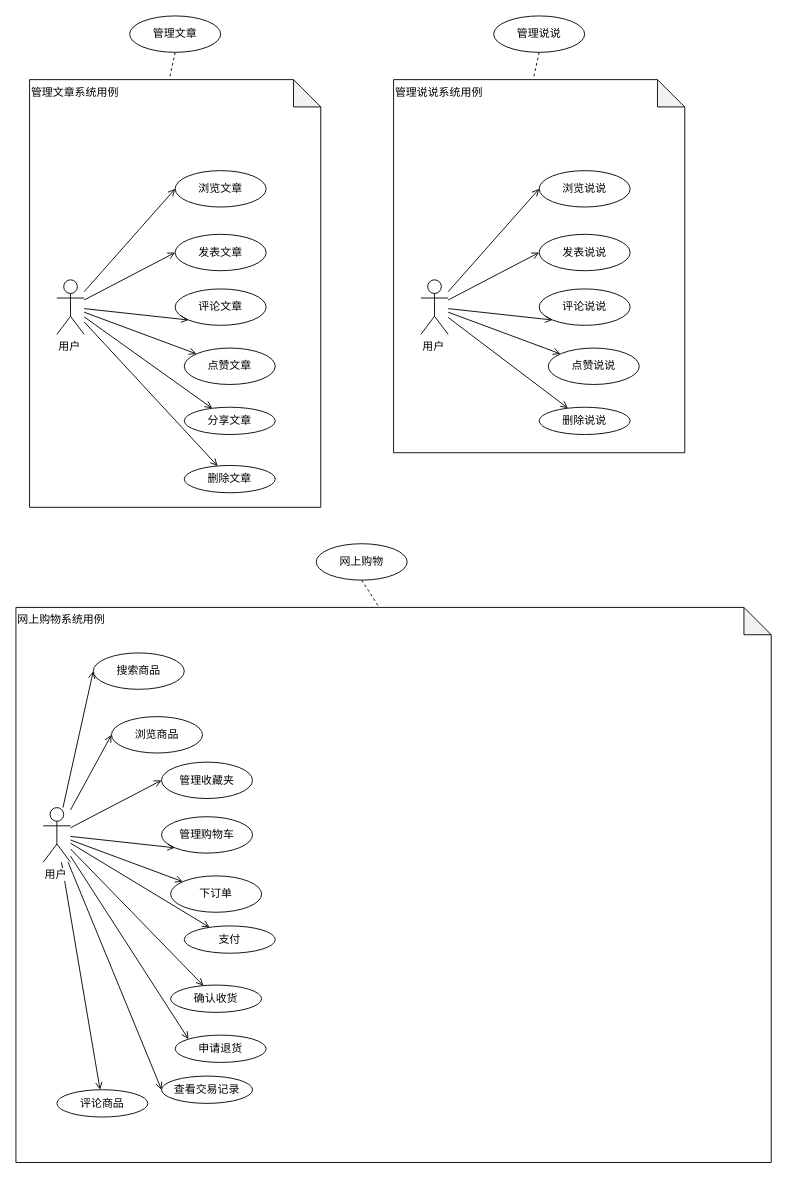
This is uml-系统用例.drawio from JMHello/draw, a draw.io file, before an edit. Source tidied: cells renumbered, new cells numbered last; positions are measured from the earlier drawing's top-left corner, leaving out a move shared by most shapes. Both pictures are drawn from the tidied source at 91%, with x=0, y=0 at pixel (15, 15).
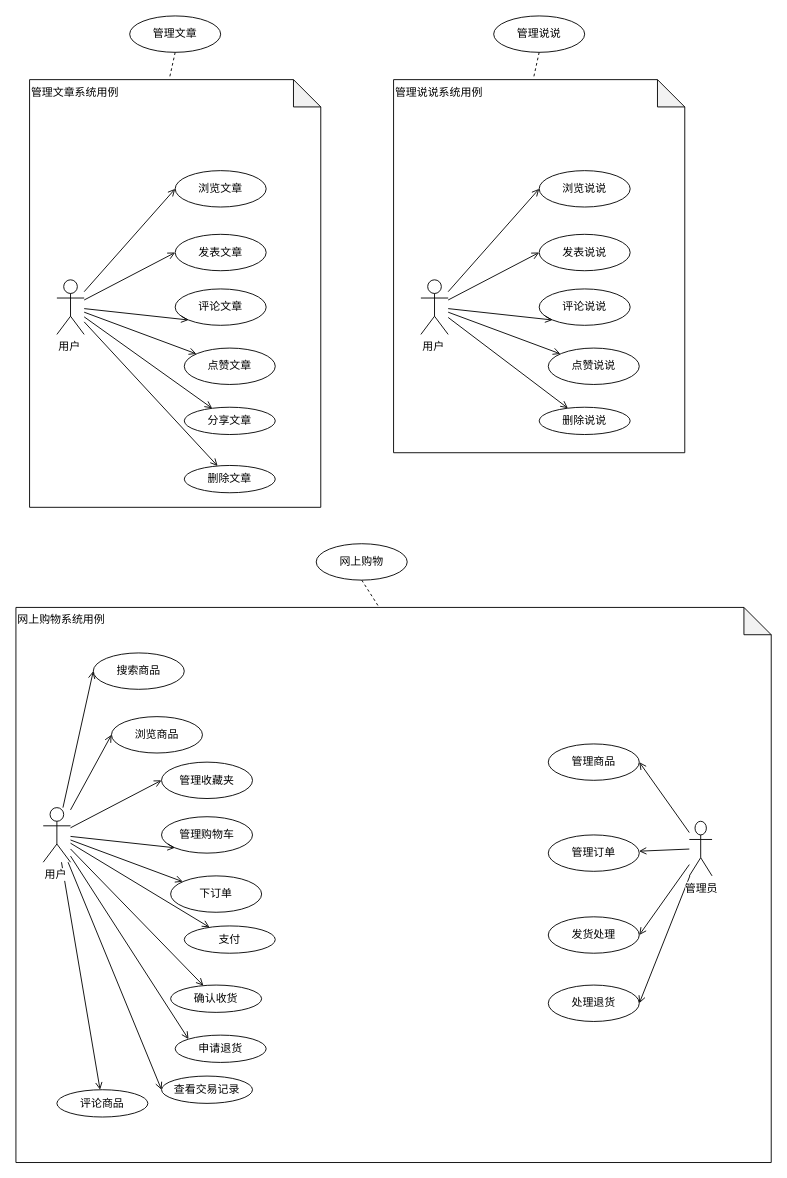
Above is the later version.

The change refers to these unchanged cells:
```xml
<mxCell id="34" style="group;" parent="1" vertex="1">
  <mxGeometry y="580" width="830" height="680" as="geometry" />
</mxCell>
```

The edit, as a diff of the source:
```diff
@@
+    <mxCell id="59" style="edgeStyle=none;rounded=0;jettySize=auto;html=1;entryX=1;entryY=0.5;entryDx=0;entryDy=0;startArrow=none;startFill=0;endArrow=open;endFill=0;" parent="34" edge="1" source="63" target="64">
+      <mxGeometry relative="1" as="geometry" />
+    </mxCell>
+    <mxCell id="60" style="edgeStyle=none;rounded=0;jettySize=auto;html=1;startArrow=none;startFill=0;endArrow=open;endFill=0;" parent="34" edge="1" source="63" target="65">
+      <mxGeometry relative="1" as="geometry" />
+    </mxCell>
+    <mxCell id="61" style="edgeStyle=none;rounded=0;jettySize=auto;html=1;entryX=1;entryY=0.5;entryDx=0;entryDy=0;startArrow=none;startFill=0;endArrow=open;endFill=0;" parent="34" edge="1" source="63" target="67">
+      <mxGeometry relative="1" as="geometry" />
+    </mxCell>
+    <mxCell id="62" style="edgeStyle=none;rounded=0;jettySize=auto;html=1;entryX=1;entryY=0.5;entryDx=0;entryDy=0;startArrow=none;startFill=0;endArrow=open;endFill=0;" parent="34" edge="1" source="63" target="66">
+      <mxGeometry relative="1" as="geometry" />
+    </mxCell>
+    <mxCell id="63" value="管理员" style="shape=umlActor;verticalLabelPosition=bottom;labelBackgroundColor=#ffffff;verticalAlign=top;html=1;outlineConnect=0;align=center;" parent="34" vertex="1">
+      <mxGeometry x="740" y="305" width="25" height="60" as="geometry" />
+    </mxCell>
+    <mxCell id="64" value="管理商品&lt;div style=&quot;text-align: center&quot;&gt;&lt;/div&gt;" style="ellipse;whiteSpace=wrap;html=1;align=center;" parent="34" vertex="1">
+      <mxGeometry x="585" y="220" width="100" height="40" as="geometry" />
+    </mxCell>
+    <mxCell id="65" value="管理订单&lt;div style=&quot;text-align: center&quot;&gt;&lt;/div&gt;" style="ellipse;whiteSpace=wrap;html=1;align=center;" parent="34" vertex="1">
+      <mxGeometry x="585" y="320" width="100" height="40" as="geometry" />
+    </mxCell>
+    <mxCell id="66" value="处理退货&lt;div style=&quot;text-align: center&quot;&gt;&lt;/div&gt;" style="ellipse;whiteSpace=wrap;html=1;align=center;" parent="34" vertex="1">
+      <mxGeometry x="585" y="485" width="100" height="40" as="geometry" />
+    </mxCell>
+    <mxCell id="67" value="发货处理&lt;div style=&quot;text-align: center&quot;&gt;&lt;/div&gt;" style="ellipse;whiteSpace=wrap;html=1;align=center;" parent="34" vertex="1">
+      <mxGeometry x="585" y="410" width="100" height="40" as="geometry" />
+    </mxCell>
```
